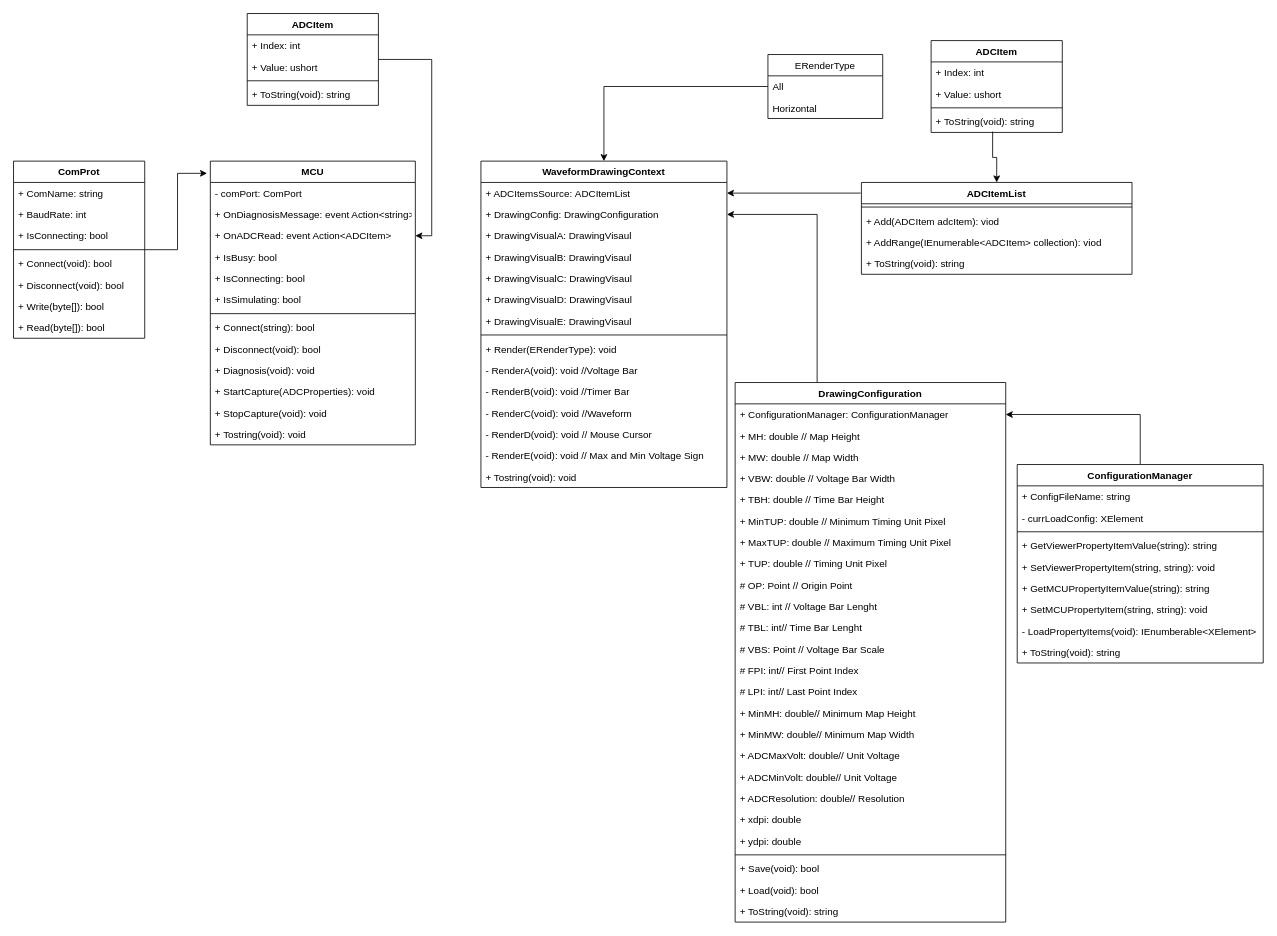
The draw.io diagram page "UML Class Diagram" (5 of 5) of ADC Monitor.drawio in Jasson-Chou/SideProject, before the edit. Source tidied: cells renumbered, new cells numbered last; positions are measured from the earlier drawing's top-left corner, leaving out a move shared by most shapes. Both pictures are drawn from the tidied source at 82%, with x=0, y=0 at pixel (13, 13).
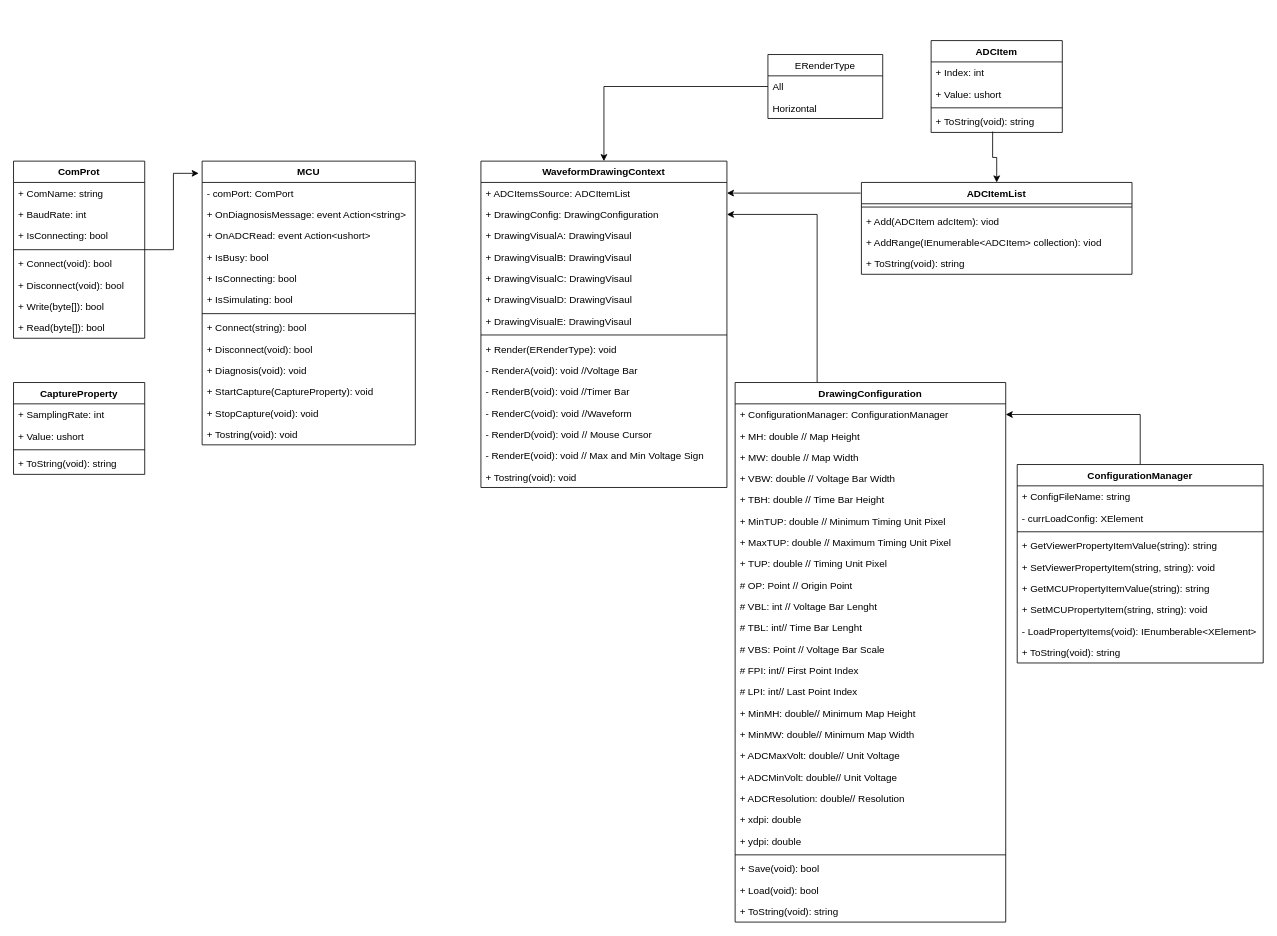
After the change.

Diff of the diagram source:
```diff
@@
     <mxCell id="12" value="MCU" style="swimlane;fontStyle=1;align=center;verticalAlign=top;horizontal=1;startSize=26;" parent="1" vertex="1">
-      <mxGeometry x="240" y="180" width="250" height="346" as="geometry" />
+      <mxGeometry x="230" y="180" width="260" height="346" as="geometry" />
     </mxCell>
     <mxCell id="13" value="- comPort: ComPort" style="text;strokeColor=none;fillColor=none;align=left;verticalAlign=top;spacingLeft=4;spacingRight=4;overflow=hidden;" parent="12" vertex="1">
-      <mxGeometry y="26" width="250" height="26" as="geometry" />
+      <mxGeometry y="26" width="260" height="26" as="geometry" />
     </mxCell>
     <mxCell id="14" value="+ OnDiagnosisMessage: event Action&lt;string&gt;" style="text;strokeColor=none;fillColor=none;align=left;verticalAlign=top;spacingLeft=4;spacingRight=4;overflow=hidden;" parent="12" vertex="1">
-      <mxGeometry y="52" width="250" height="26" as="geometry" />
+      <mxGeometry y="52" width="260" height="26" as="geometry" />
     </mxCell>
-    <mxCell id="15" value="+ OnADCRead: event Action&lt;ADCItem&gt;" style="text;strokeColor=none;fillColor=none;align=left;verticalAlign=top;spacingLeft=4;spacingRight=4;overflow=hidden;points=[[0,0.5],[1,0.5]];portConstraint=eastwest;" parent="12" vertex="1">
-      <mxGeometry y="78" width="250" height="26" as="geometry" />
+    <mxCell id="15" value="+ OnADCRead: event Action&lt;ushort&gt;" style="text;strokeColor=none;fillColor=none;align=left;verticalAlign=top;spacingLeft=4;spacingRight=4;overflow=hidden;points=[[0,0.5],[1,0.5]];portConstraint=eastwest;" parent="12" vertex="1">
+      <mxGeometry y="78" width="260" height="26" as="geometry" />
     </mxCell>
     <mxCell id="16" value="+ IsBusy: bool" style="text;strokeColor=none;fillColor=none;align=left;verticalAlign=top;spacingLeft=4;spacingRight=4;overflow=hidden;" parent="12" vertex="1">
-      <mxGeometry y="104" width="250" height="26" as="geometry" />
+      <mxGeometry y="104" width="260" height="26" as="geometry" />
     </mxCell>
     <mxCell id="17" value="+ IsConnecting: bool" style="text;strokeColor=none;fillColor=none;align=left;verticalAlign=top;spacingLeft=4;spacingRight=4;overflow=hidden;" parent="12" vertex="1">
-      <mxGeometry y="130" width="250" height="26" as="geometry" />
+      <mxGeometry y="130" width="260" height="26" as="geometry" />
     </mxCell>
     <mxCell id="18" value="+ IsSimulating: bool" style="text;strokeColor=none;fillColor=none;align=left;verticalAlign=top;spacingLeft=4;spacingRight=4;overflow=hidden;" parent="12" vertex="1">
-      <mxGeometry y="156" width="250" height="26" as="geometry" />
+      <mxGeometry y="156" width="260" height="26" as="geometry" />
     </mxCell>
     <mxCell id="19" style="line;strokeWidth=1;fillColor=none;align=left;verticalAlign=middle;spacingTop=-1;spacingLeft=3;spacingRight=3;labelPosition=right;" parent="12" vertex="1">
-      <mxGeometry y="182" width="250" height="8" as="geometry" />
+      <mxGeometry y="182" width="260" height="8" as="geometry" />
     </mxCell>
     <mxCell id="20" value="+ Connect(string): bool" style="text;strokeColor=none;fillColor=none;align=left;verticalAlign=top;spacingLeft=4;spacingRight=4;overflow=hidden;" parent="12" vertex="1">
-      <mxGeometry y="190" width="250" height="26" as="geometry" />
+      <mxGeometry y="190" width="260" height="26" as="geometry" />
     </mxCell>
     <mxCell id="21" value="+ Disconnect(void): bool" style="text;strokeColor=none;fillColor=none;align=left;verticalAlign=top;spacingLeft=4;spacingRight=4;overflow=hidden;" parent="12" vertex="1">
-      <mxGeometry y="216" width="250" height="26" as="geometry" />
+      <mxGeometry y="216" width="260" height="26" as="geometry" />
     </mxCell>
     <mxCell id="22" value="+ Diagnosis(void): void" style="text;strokeColor=none;fillColor=none;align=left;verticalAlign=top;spacingLeft=4;spacingRight=4;overflow=hidden;" parent="12" vertex="1">
-      <mxGeometry y="242" width="250" height="26" as="geometry" />
+      <mxGeometry y="242" width="260" height="26" as="geometry" />
     </mxCell>
-    <mxCell id="23" value="+ StartCapture(ADCProperties): void" style="text;strokeColor=none;fillColor=none;align=left;verticalAlign=top;spacingLeft=4;spacingRight=4;overflow=hidden;" parent="12" vertex="1">
-      <mxGeometry y="268" width="250" height="26" as="geometry" />
+    <mxCell id="23" value="+ StartCapture(CaptureProperty): void" style="text;strokeColor=none;fillColor=none;align=left;verticalAlign=top;spacingLeft=4;spacingRight=4;overflow=hidden;" parent="12" vertex="1">
+      <mxGeometry y="268" width="260" height="26" as="geometry" />
     </mxCell>
     <mxCell id="24" value="+ StopCapture(void): void" style="text;strokeColor=none;fillColor=none;align=left;verticalAlign=top;spacingLeft=4;spacingRight=4;overflow=hidden;" parent="12" vertex="1">
-      <mxGeometry y="294" width="250" height="26" as="geometry" />
+      <mxGeometry y="294" width="260" height="26" as="geometry" />
     </mxCell>
     <mxCell id="25" value="+ Tostring(void): void" style="text;strokeColor=none;fillColor=none;align=left;verticalAlign=top;spacingLeft=4;spacingRight=4;overflow=hidden;" parent="12" vertex="1">
-      <mxGeometry y="320" width="250" height="26" as="geometry" />
+      <mxGeometry y="320" width="260" height="26" as="geometry" />
     </mxCell>
@@
-    <mxCell id="96" style="edgeStyle=orthogonalEdgeStyle;rounded=0;jettySize=auto;html=1;entryX=1;entryY=0.5;entryDx=0;entryDy=0;" parent="1" edge="1" source="97" target="15">
-      <mxGeometry relative="1" as="geometry">
-        <Array as="points">
-          <mxPoint x="510" y="56" />
-          <mxPoint x="510" y="271" />
-        </Array>
-      </mxGeometry>
-    </mxCell>
-    <mxCell id="97" value="ADCItem" style="swimlane;fontStyle=1;align=center;verticalAlign=top;horizontal=1;startSize=26;" parent="1" vertex="1">
-      <mxGeometry x="285" width="160" height="112" as="geometry" />
-    </mxCell>
-    <mxCell id="98" value="+ Index: int" style="text;strokeColor=none;fillColor=none;align=left;verticalAlign=top;spacingLeft=4;spacingRight=4;overflow=hidden;" parent="97" vertex="1">
-      <mxGeometry y="26" width="160" height="26" as="geometry" />
-    </mxCell>
+    <mxCell id="102" value="CaptureProperty" style="swimlane;fontStyle=1;align=center;verticalAlign=top;horizontal=1;startSize=26;" parent="1" vertex="1">
+      <mxGeometry y="450" width="160" height="112" as="geometry" />
+    </mxCell>
+    <mxCell id="103" value="+ SamplingRate: int" style="text;strokeColor=none;fillColor=none;align=left;verticalAlign=top;spacingLeft=4;spacingRight=4;overflow=hidden;" parent="102" vertex="1">
+      <mxGeometry y="26" width="160" height="26" as="geometry" />
+    </mxCell>
-    <mxCell id="99" value="+ Value: ushort" style="text;strokeColor=none;fillColor=none;align=left;verticalAlign=top;spacingLeft=4;spacingRight=4;overflow=hidden;" parent="97" vertex="1">
+    <mxCell id="99" value="+ Value: ushort" style="text;strokeColor=none;fillColor=none;align=left;verticalAlign=top;spacingLeft=4;spacingRight=4;overflow=hidden;" parent="102" vertex="1">
       <mxGeometry y="52" width="160" height="26" as="geometry" />
     </mxCell>
-    <mxCell id="100" style="line;strokeWidth=1;fillColor=none;align=left;verticalAlign=middle;spacingTop=-1;spacingLeft=3;spacingRight=3;labelPosition=right;" parent="97" vertex="1">
+    <mxCell id="100" style="line;strokeWidth=1;fillColor=none;align=left;verticalAlign=middle;spacingTop=-1;spacingLeft=3;spacingRight=3;labelPosition=right;" parent="102" vertex="1">
       <mxGeometry y="78" width="160" height="8" as="geometry" />
     </mxCell>
-    <mxCell id="101" value="+ ToString(void): string" style="text;strokeColor=none;fillColor=none;align=left;verticalAlign=top;spacingLeft=4;spacingRight=4;overflow=hidden;" parent="97" vertex="1">
+    <mxCell id="101" value="+ ToString(void): string" style="text;strokeColor=none;fillColor=none;align=left;verticalAlign=top;spacingLeft=4;spacingRight=4;overflow=hidden;" parent="102" vertex="1">
       <mxGeometry y="86" width="160" height="26" as="geometry" />
     </mxCell>
```
